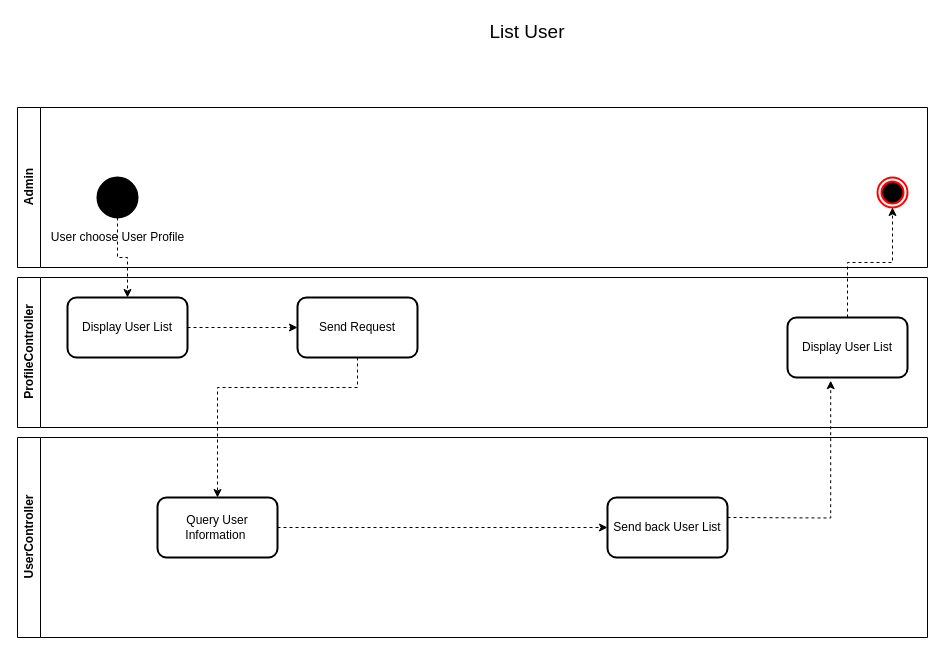
Earlier version of the draw.io diagram Diagram/Workflow/List User.drawio (NotAsea/Hocviec). Source tidied: cells renumbered, new cells numbered last; positions are measured from the earlier drawing's top-left corner, leaving out a move shared by most shapes. Both pictures are drawn from the tidied source at 100%, with x=0, y=0 at pixel (17, 17).
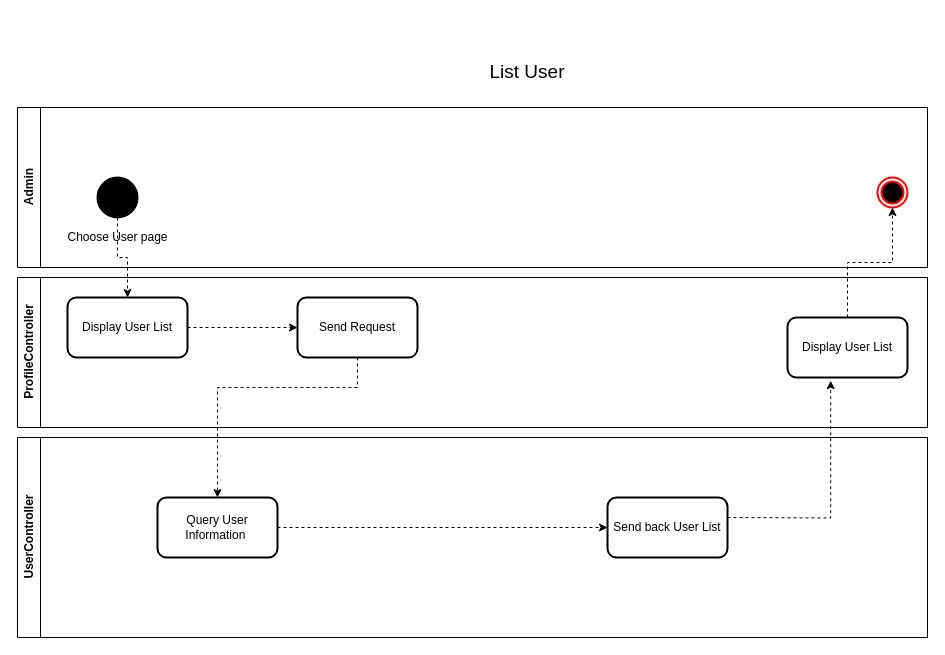
The same diagram, later.

The change refers to these unchanged cells:
```xml
<mxCell id="2" value="Admin" style="swimlane;horizontal=0;whiteSpace=wrap;html=1;" parent="1" vertex="1">
  <mxGeometry y="90" width="910" height="160" as="geometry" />
</mxCell>
```

What changed in the source:
```diff
@@
-    <mxCell id="3" value="User choose User Profile" style="shape=ellipse;html=1;fillColor=strokeColor;strokeWidth=2;verticalLabelPosition=bottom;verticalAlignment=top;perimeter=ellipsePerimeter;" parent="2" vertex="1">
+    <mxCell id="3" value="Choose  User page " style="shape=ellipse;html=1;fillColor=strokeColor;strokeWidth=2;verticalLabelPosition=bottom;verticalAlignment=top;perimeter=ellipsePerimeter;" parent="2" vertex="1">
       <mxGeometry x="80" y="70" width="40" height="40" as="geometry" />
     </mxCell>
@@
     <mxCell id="16" value="List User" style="text;html=1;strokeColor=none;fillColor=none;align=center;verticalAlign=middle;whiteSpace=wrap;rounded=0;fontSize=19;" parent="1" vertex="1">
-      <mxGeometry x="420" width="180" height="30" as="geometry" />
+      <mxGeometry x="420" y="40" width="180" height="30" as="geometry" />
     </mxCell>
```
